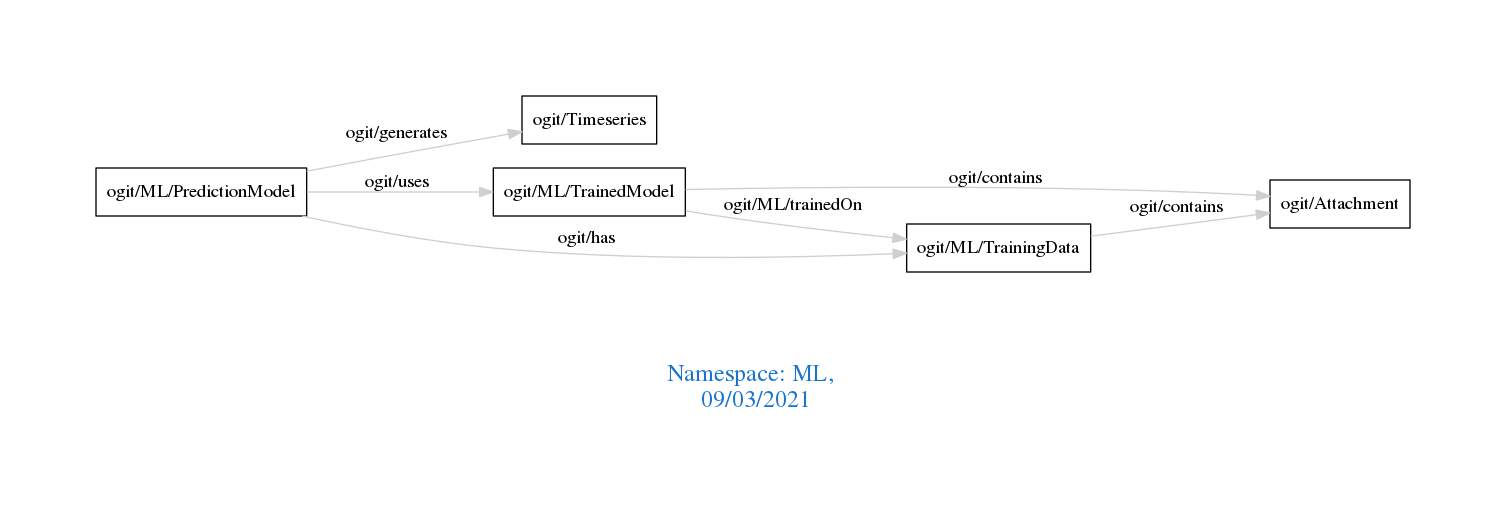
Earlier version of the Graphviz export downloads/ML.png (arago/OGIT). Its source is kept beside it as downloads/ML.dot.
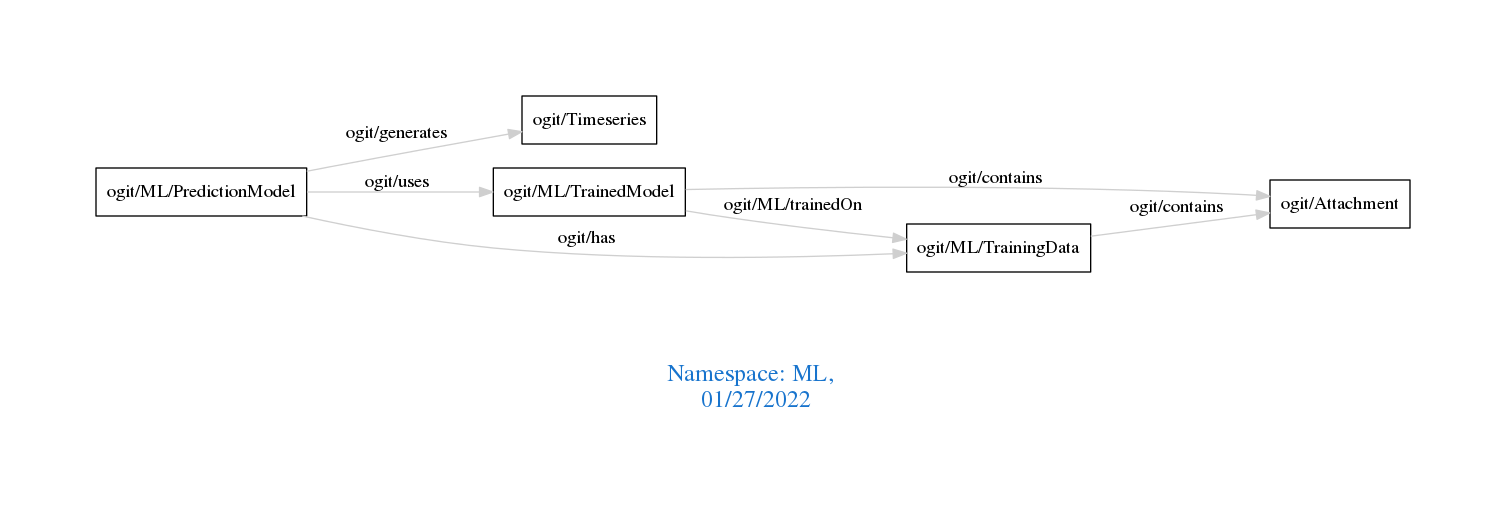
The same file after the commit.

Diff of the diagram source:
```diff
@@ -1,12 +1,12 @@
 digraph OGIT_ontology {
  graph [ rankdir= LR,pad=1
 fontsize = 18,
-fontcolor= dodgerblue3,label = "\n\n\nNamespace: ML, \n 09/03/2021"];
+fontcolor= dodgerblue3,label = "\n\n\nNamespace: ML, \n 01/27/2022"];
 node[shape=polygon];
 edge [  color="gray81"];
 
+   "ogit/ML/TrainingData" -> "ogit/Attachment" [label="   ogit/contains    "];
    "ogit/ML/TrainedModel" -> "ogit/Attachment" [label="   ogit/contains    "];
-   "ogit/ML/TrainingData" -> "ogit/Attachment" [label="   ogit/contains    "];
    "ogit/ML/PredictionModel" -> "ogit/Timeseries" [label="   ogit/generates    "];
    "ogit/ML/TrainedModel" -> "ogit/ML/TrainingData" [label="   ogit/ML/trainedOn    "];
    "ogit/ML/PredictionModel" -> "ogit/ML/TrainedModel" [label="   ogit/uses    "];
```
